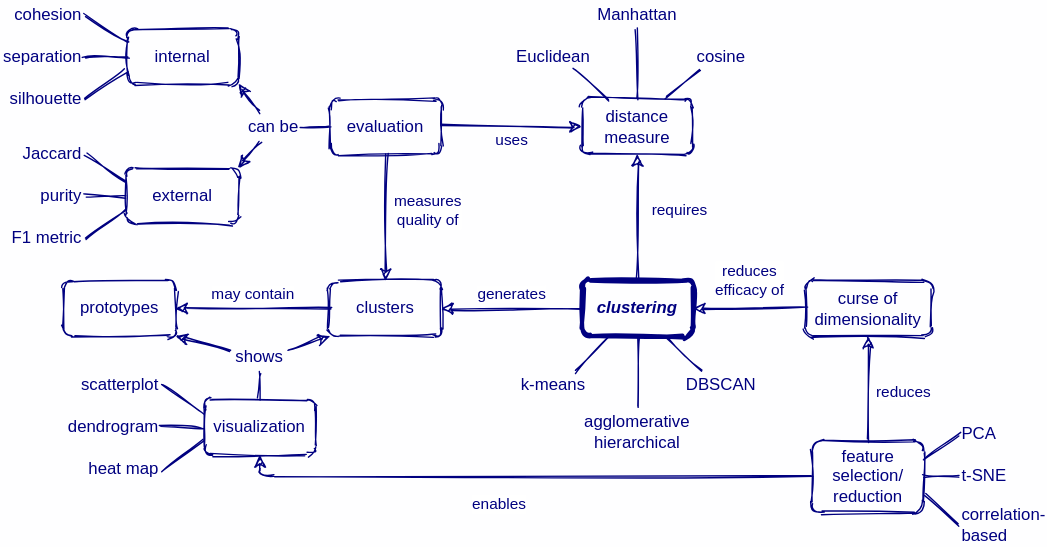
Above: es/clustering.svg in rstudio/concept-maps (draw.io), before the change. Source tidied: cells renumbered, new cells last; positions are measured from the earlier drawing's top-left corner, leaving out a move shared by most shapes.
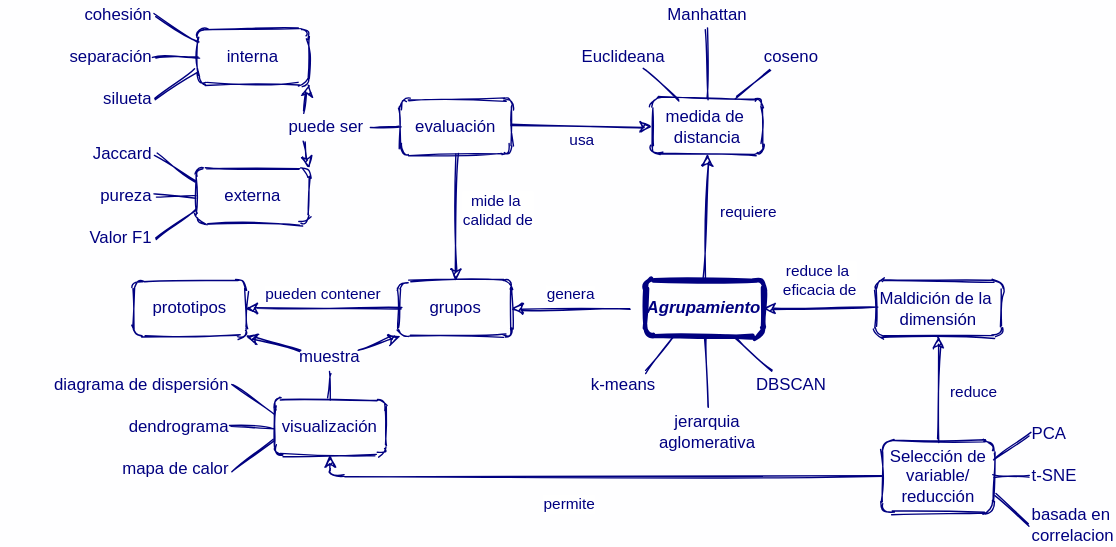
After the change.

Commit message:
Traducción al español clustering.svg

The edit, as a diff of the source:
```diff
@@ -2,46 +2,46 @@
   <root>
     <mxCell id="0" />
     <mxCell id="1" parent="0" />
-    <mxCell id="2" value="cohesion" style="text;html=1;fillColor=none;align=right;verticalAlign=middle;whiteSpace=wrap;rounded=0;fontSize=12;fontFamily=Helvetica;labelBackgroundColor=none;fontColor=#000080;sketch=1;" parent="1" vertex="1">
+    <mxCell id="2" value="cohesión" style="text;html=1;fillColor=none;align=right;verticalAlign=middle;whiteSpace=wrap;rounded=0;fontSize=12;fontFamily=Helvetica;labelBackgroundColor=none;fontColor=#000080;sketch=1;" parent="1" vertex="1">
       <mxGeometry width="60" height="20" as="geometry" />
     </mxCell>
-    <mxCell id="3" value="&lt;i&gt;&lt;b&gt;clustering&lt;/b&gt;&lt;/i&gt;" style="rounded=1;whiteSpace=wrap;html=1;fontSize=12;fontFamily=Helvetica;fillColor=none;labelBackgroundColor=none;strokeColor=#000080;fontColor=#000080;sketch=1;strokeWidth=3;" parent="1" vertex="1">
-      <mxGeometry x="415" y="200" width="80" height="40" as="geometry" />
+    <mxCell id="3" value="&lt;i&gt;&lt;b&gt;Agrupamiento&lt;/b&gt;&lt;/i&gt;" style="rounded=1;whiteSpace=wrap;html=1;fontSize=12;fontFamily=Helvetica;fillColor=none;labelBackgroundColor=none;strokeColor=#000080;fontColor=#000080;sketch=1;strokeWidth=3;" parent="1" vertex="1">
+      <mxGeometry x="410" y="200" width="85" height="40" as="geometry" />
     </mxCell>
-    <mxCell id="4" value="clusters" style="rounded=1;whiteSpace=wrap;html=1;fontSize=12;fontFamily=Helvetica;fillColor=none;labelBackgroundColor=none;strokeColor=#000080;fontColor=#000080;sketch=1;" parent="1" vertex="1">
+    <mxCell id="4" value="grupos" style="rounded=1;whiteSpace=wrap;html=1;fontSize=12;fontFamily=Helvetica;fillColor=none;labelBackgroundColor=none;strokeColor=#000080;fontColor=#000080;sketch=1;" parent="1" vertex="1">
       <mxGeometry x="235" y="200" width="80" height="40" as="geometry" />
     </mxCell>
-    <mxCell id="5" value="curse of&lt;br&gt;dimensionality" style="rounded=1;whiteSpace=wrap;html=1;fontSize=12;fontFamily=Helvetica;fillColor=none;labelBackgroundColor=none;strokeColor=#000080;fontColor=#000080;sketch=1;" parent="1" vertex="1">
+    <mxCell id="5" value="Maldición de la&amp;nbsp;&lt;br&gt;dimensión" style="rounded=1;whiteSpace=wrap;html=1;fontSize=12;fontFamily=Helvetica;fillColor=none;labelBackgroundColor=none;strokeColor=#000080;fontColor=#000080;sketch=1;" parent="1" vertex="1">
       <mxGeometry x="575" y="200" width="90" height="40" as="geometry" />
     </mxCell>
-    <mxCell id="6" value="feature&lt;br&gt;selection/&lt;br&gt;reduction" style="rounded=1;whiteSpace=wrap;html=1;fontSize=12;fontFamily=Helvetica;fillColor=none;labelBackgroundColor=none;strokeColor=#000080;fontColor=#000080;sketch=1;" parent="1" vertex="1">
+    <mxCell id="6" value="Selección de variable/&lt;br&gt;reducción" style="rounded=1;whiteSpace=wrap;html=1;fontSize=12;fontFamily=Helvetica;fillColor=none;labelBackgroundColor=none;strokeColor=#000080;fontColor=#000080;sketch=1;" parent="1" vertex="1">
       <mxGeometry x="580" y="315" width="80" height="50.5" as="geometry" />
     </mxCell>
-    <mxCell id="7" value="distance&lt;br&gt;measure" style="rounded=1;whiteSpace=wrap;html=1;fontSize=12;fontFamily=Helvetica;fillColor=none;labelBackgroundColor=none;strokeColor=#000080;fontColor=#000080;sketch=1;" parent="1" vertex="1">
+    <mxCell id="7" value="medida de&amp;nbsp;&lt;br&gt;distancia" style="rounded=1;whiteSpace=wrap;html=1;fontSize=12;fontFamily=Helvetica;fillColor=none;labelBackgroundColor=none;strokeColor=#000080;fontColor=#000080;sketch=1;" parent="1" vertex="1">
       <mxGeometry x="415" y="70" width="80" height="40" as="geometry" />
     </mxCell>
-    <mxCell id="8" value="evaluation" style="rounded=1;whiteSpace=wrap;html=1;fontSize=12;fontFamily=Helvetica;fillColor=none;labelBackgroundColor=none;strokeColor=#000080;fontColor=#000080;sketch=1;" parent="1" vertex="1">
+    <mxCell id="8" value="evaluación" style="rounded=1;whiteSpace=wrap;html=1;fontSize=12;fontFamily=Helvetica;fillColor=none;labelBackgroundColor=none;strokeColor=#000080;fontColor=#000080;sketch=1;" parent="1" vertex="1">
       <mxGeometry x="235" y="70" width="80" height="40" as="geometry" />
     </mxCell>
-    <mxCell id="9" value="internal" style="rounded=1;whiteSpace=wrap;html=1;fontSize=12;fontFamily=Helvetica;fillColor=none;labelBackgroundColor=none;strokeColor=#000080;fontColor=#000080;sketch=1;" parent="1" vertex="1">
+    <mxCell id="9" value="interna" style="rounded=1;whiteSpace=wrap;html=1;fontSize=12;fontFamily=Helvetica;fillColor=none;labelBackgroundColor=none;strokeColor=#000080;fontColor=#000080;sketch=1;" parent="1" vertex="1">
       <mxGeometry x="90" y="20" width="80" height="40" as="geometry" />
     </mxCell>
-    <mxCell id="10" value="external" style="rounded=1;whiteSpace=wrap;html=1;fontSize=12;fontFamily=Helvetica;fillColor=none;labelBackgroundColor=none;strokeColor=#000080;fontColor=#000080;sketch=1;" parent="1" vertex="1">
+    <mxCell id="10" value="externa" style="rounded=1;whiteSpace=wrap;html=1;fontSize=12;fontFamily=Helvetica;fillColor=none;labelBackgroundColor=none;strokeColor=#000080;fontColor=#000080;sketch=1;" parent="1" vertex="1">
       <mxGeometry x="90" y="119.5" width="80" height="40" as="geometry" />
     </mxCell>
-    <mxCell id="11" value="separation" style="text;html=1;fillColor=none;align=right;verticalAlign=middle;whiteSpace=wrap;rounded=0;fontSize=12;fontFamily=Helvetica;labelBackgroundColor=none;fontColor=#000080;sketch=1;" parent="1" vertex="1">
+    <mxCell id="11" value="separación" style="text;html=1;fillColor=none;align=right;verticalAlign=middle;whiteSpace=wrap;rounded=0;fontSize=12;fontFamily=Helvetica;labelBackgroundColor=none;fontColor=#000080;sketch=1;" parent="1" vertex="1">
       <mxGeometry y="30" width="60" height="20" as="geometry" />
     </mxCell>
-    <mxCell id="12" value="silhouette" style="text;html=1;fillColor=none;align=right;verticalAlign=middle;whiteSpace=wrap;rounded=0;fontSize=12;fontFamily=Helvetica;labelBackgroundColor=none;fontColor=#000080;sketch=1;" parent="1" vertex="1">
+    <mxCell id="12" value="silueta" style="text;html=1;fillColor=none;align=right;verticalAlign=middle;whiteSpace=wrap;rounded=0;fontSize=12;fontFamily=Helvetica;labelBackgroundColor=none;fontColor=#000080;sketch=1;" parent="1" vertex="1">
       <mxGeometry y="60" width="60" height="20" as="geometry" />
     </mxCell>
     <mxCell id="13" value="Jaccard" style="text;html=1;fillColor=none;align=right;verticalAlign=middle;whiteSpace=wrap;rounded=0;fontSize=12;fontFamily=Helvetica;labelBackgroundColor=none;fontColor=#000080;sketch=1;" parent="1" vertex="1">
       <mxGeometry y="100" width="60" height="20" as="geometry" />
     </mxCell>
-    <mxCell id="14" value="purity" style="text;html=1;fillColor=none;align=right;verticalAlign=middle;whiteSpace=wrap;rounded=0;fontSize=12;fontFamily=Helvetica;labelBackgroundColor=none;fontColor=#000080;sketch=1;" parent="1" vertex="1">
+    <mxCell id="14" value="pureza" style="text;html=1;fillColor=none;align=right;verticalAlign=middle;whiteSpace=wrap;rounded=0;fontSize=12;fontFamily=Helvetica;labelBackgroundColor=none;fontColor=#000080;sketch=1;" parent="1" vertex="1">
       <mxGeometry y="130" width="60" height="20" as="geometry" />
     </mxCell>
-    <mxCell id="15" value="F1 metric" style="text;html=1;fillColor=none;align=right;verticalAlign=middle;whiteSpace=wrap;rounded=0;fontSize=12;fontFamily=Helvetica;labelBackgroundColor=none;fontColor=#000080;sketch=1;" parent="1" vertex="1">
+    <mxCell id="15" value="Valor F1" style="text;html=1;fillColor=none;align=right;verticalAlign=middle;whiteSpace=wrap;rounded=0;fontSize=12;fontFamily=Helvetica;labelBackgroundColor=none;fontColor=#000080;sketch=1;" parent="1" vertex="1">
       <mxGeometry y="159.5" width="60" height="20" as="geometry" />
     </mxCell>
     <mxCell id="16" style="endArrow=none;html=1;exitX=1;exitY=0.5;exitDx=0;exitDy=0;entryX=0;entryY=0.25;entryDx=0;entryDy=0;fontColor=#000080;strokeColor=#000080;sketch=1;" parent="1" edge="1" source="2" target="9">
@@ -62,17 +62,17 @@
     <mxCell id="21" style="endArrow=none;html=1;exitX=1;exitY=0.5;exitDx=0;exitDy=0;entryX=0;entryY=0.75;entryDx=0;entryDy=0;fontColor=#000080;strokeColor=#000080;sketch=1;" parent="1" edge="1" source="15" target="10">
       <mxGeometry relative="1" as="geometry" />
     </mxCell>
-    <mxCell id="22" value="visualization" style="rounded=1;whiteSpace=wrap;html=1;fontSize=12;fontFamily=Helvetica;fillColor=none;labelBackgroundColor=none;strokeColor=#000080;fontColor=#000080;sketch=1;" parent="1" vertex="1">
+    <mxCell id="22" value="visualización" style="rounded=1;whiteSpace=wrap;html=1;fontSize=12;fontFamily=Helvetica;fillColor=none;labelBackgroundColor=none;strokeColor=#000080;fontColor=#000080;sketch=1;" parent="1" vertex="1">
       <mxGeometry x="145" y="285" width="80" height="40" as="geometry" />
     </mxCell>
-    <mxCell id="23" value="scatterplot" style="text;html=1;fillColor=none;align=right;verticalAlign=middle;whiteSpace=wrap;rounded=0;fontSize=12;fontFamily=Helvetica;labelBackgroundColor=none;fontColor=#000080;sketch=1;" parent="1" vertex="1">
-      <mxGeometry x="55" y="265" width="60" height="20" as="geometry" />
+    <mxCell id="23" value="diagrama de dispersión" style="text;html=1;fillColor=none;align=right;verticalAlign=middle;whiteSpace=wrap;rounded=0;fontSize=12;fontFamily=Helvetica;labelBackgroundColor=none;fontColor=#000080;sketch=1;" parent="1" vertex="1">
+      <mxGeometry x="-50" y="265" width="165" height="20" as="geometry" />
     </mxCell>
-    <mxCell id="24" value="dendrogram" style="text;html=1;fillColor=none;align=right;verticalAlign=middle;whiteSpace=wrap;rounded=0;fontSize=12;fontFamily=Helvetica;labelBackgroundColor=none;fontColor=#000080;sketch=1;" parent="1" vertex="1">
+    <mxCell id="24" value="dendrograma" style="text;html=1;fillColor=none;align=right;verticalAlign=middle;whiteSpace=wrap;rounded=0;fontSize=12;fontFamily=Helvetica;labelBackgroundColor=none;fontColor=#000080;sketch=1;" parent="1" vertex="1">
       <mxGeometry x="55" y="295" width="60" height="20" as="geometry" />
     </mxCell>
-    <mxCell id="25" value="heat map" style="text;html=1;fillColor=none;align=right;verticalAlign=middle;whiteSpace=wrap;rounded=0;fontSize=12;fontFamily=Helvetica;labelBackgroundColor=none;fontColor=#000080;sketch=1;" parent="1" vertex="1">
-      <mxGeometry x="55" y="325" width="60" height="20" as="geometry" />
+    <mxCell id="25" value="mapa de calor" style="text;html=1;fillColor=none;align=right;verticalAlign=middle;whiteSpace=wrap;rounded=0;fontSize=12;fontFamily=Helvetica;labelBackgroundColor=none;fontColor=#000080;sketch=1;" parent="1" vertex="1">
+      <mxGeometry y="325" width="115" height="20" as="geometry" />
     </mxCell>
     <mxCell id="26" style="endArrow=none;html=1;exitX=1;exitY=0.5;exitDx=0;exitDy=0;entryX=0;entryY=0.25;entryDx=0;entryDy=0;fontColor=#000080;strokeColor=#000080;sketch=1;" parent="1" edge="1" source="23" target="22">
       <mxGeometry relative="1" as="geometry" />
@@ -83,22 +83,24 @@
     <mxCell id="28" style="endArrow=none;html=1;exitX=1;exitY=0.5;exitDx=0;exitDy=0;entryX=0;entryY=0.75;entryDx=0;entryDy=0;fontColor=#000080;strokeColor=#000080;sketch=1;" parent="1" edge="1" source="25" target="22">
       <mxGeometry relative="1" as="geometry" />
     </mxCell>
-    <mxCell id="29" value="prototypes" style="rounded=1;whiteSpace=wrap;html=1;fontSize=12;fontFamily=Helvetica;fillColor=none;labelBackgroundColor=none;strokeColor=#000080;fontColor=#000080;sketch=1;" parent="1" vertex="1">
+    <mxCell id="29" value="prototipos" style="rounded=1;whiteSpace=wrap;html=1;fontSize=12;fontFamily=Helvetica;fillColor=none;labelBackgroundColor=none;strokeColor=#000080;fontColor=#000080;sketch=1;" parent="1" vertex="1">
       <mxGeometry x="45" y="200" width="80" height="40" as="geometry" />
     </mxCell>
-    <mxCell id="30" value="generates" style="endArrow=classic;html=1;strokeColor=#000080;fontColor=#000080;exitX=0;exitY=0.5;exitDx=0;exitDy=0;entryX=1;entryY=0.5;entryDx=0;entryDy=0;sketch=1;" parent="1" edge="1" source="3" target="4">
-      <mxGeometry y="-10" relative="1" as="geometry" />
+    <mxCell id="30" value="genera" style="endArrow=classic;html=1;strokeColor=#000080;fontColor=#000080;entryX=1;entryY=0.5;entryDx=0;entryDy=0;sketch=1;" parent="1" edge="1" target="4">
+      <mxGeometry y="-10" relative="1" as="geometry">
+        <mxPoint x="400" y="220" as="sourcePoint" />
+      </mxGeometry>
     </mxCell>
-    <mxCell id="31" value="requires" style="endArrow=classic;html=1;strokeColor=#000080;fontColor=#000080;exitX=0.5;exitY=0;exitDx=0;exitDy=0;entryX=0.5;entryY=1;entryDx=0;entryDy=0;sketch=1;" parent="1" edge="1" source="3" target="7">
+    <mxCell id="31" value="requiere" style="endArrow=classic;html=1;strokeColor=#000080;fontColor=#000080;exitX=0.5;exitY=0;exitDx=0;exitDy=0;entryX=0.5;entryY=1;entryDx=0;entryDy=0;sketch=1;" parent="1" edge="1" source="3" target="7">
       <mxGeometry x="0.11" y="-30" relative="1" as="geometry" />
     </mxCell>
-    <mxCell id="32" value="Euclidean" style="text;html=1;fillColor=none;align=center;verticalAlign=middle;whiteSpace=wrap;rounded=0;fontSize=12;fontFamily=Helvetica;labelBackgroundColor=none;fontColor=#000080;sketch=1;" parent="1" vertex="1">
+    <mxCell id="32" value="Euclideana" style="text;html=1;fillColor=none;align=center;verticalAlign=middle;whiteSpace=wrap;rounded=0;fontSize=12;fontFamily=Helvetica;labelBackgroundColor=none;fontColor=#000080;sketch=1;" parent="1" vertex="1">
       <mxGeometry x="365" y="30" width="60" height="20" as="geometry" />
     </mxCell>
     <mxCell id="33" value="Manhattan" style="text;html=1;fillColor=none;align=center;verticalAlign=middle;whiteSpace=wrap;rounded=0;fontSize=12;fontFamily=Helvetica;labelBackgroundColor=none;fontColor=#000080;sketch=1;" parent="1" vertex="1">
       <mxGeometry x="425" width="60" height="20" as="geometry" />
     </mxCell>
-    <mxCell id="34" value="cosine" style="text;html=1;fillColor=none;align=center;verticalAlign=middle;whiteSpace=wrap;rounded=0;fontSize=12;fontFamily=Helvetica;labelBackgroundColor=none;fontColor=#000080;sketch=1;" parent="1" vertex="1">
+    <mxCell id="34" value="coseno" style="text;html=1;fillColor=none;align=center;verticalAlign=middle;whiteSpace=wrap;rounded=0;fontSize=12;fontFamily=Helvetica;labelBackgroundColor=none;fontColor=#000080;sketch=1;" parent="1" vertex="1">
       <mxGeometry x="485" y="30" width="60" height="20" as="geometry" />
     </mxCell>
     <mxCell id="35" style="endArrow=none;html=1;exitX=0.75;exitY=1;exitDx=0;exitDy=0;entryX=0.25;entryY=0;entryDx=0;entryDy=0;fontColor=#000080;strokeColor=#000080;sketch=1;" parent="1" edge="1" source="32" target="7">
@@ -110,16 +112,16 @@
     <mxCell id="37" style="endArrow=none;html=1;exitX=0.25;exitY=1;exitDx=0;exitDy=0;entryX=0.75;entryY=0;entryDx=0;entryDy=0;fontColor=#000080;strokeColor=#000080;sketch=1;" parent="1" edge="1" source="34" target="7">
       <mxGeometry relative="1" as="geometry" />
     </mxCell>
-    <mxCell id="38" value="reduces&lt;br&gt;efficacy of" style="endArrow=classic;html=1;strokeColor=#000080;fontColor=#000080;exitX=0;exitY=0.5;exitDx=0;exitDy=0;entryX=1;entryY=0.5;entryDx=0;entryDy=0;sketch=1;" parent="1" edge="1" source="5" target="3">
+    <mxCell id="38" value="reduce la&amp;nbsp;&lt;br&gt;eficacia de" style="endArrow=classic;html=1;strokeColor=#000080;fontColor=#000080;exitX=0;exitY=0.5;exitDx=0;exitDy=0;entryX=1;entryY=0.5;entryDx=0;entryDy=0;sketch=1;" parent="1" edge="1" source="5" target="3">
       <mxGeometry y="-20" relative="1" as="geometry" />
     </mxCell>
-    <mxCell id="39" value="reduces" style="endArrow=classic;html=1;strokeColor=#000080;fontColor=#000080;exitX=0.5;exitY=0;exitDx=0;exitDy=0;entryX=0.5;entryY=1;entryDx=0;entryDy=0;sketch=1;" parent="1" edge="1" source="6" target="5">
+    <mxCell id="39" value="reduce" style="endArrow=classic;html=1;strokeColor=#000080;fontColor=#000080;exitX=0.5;exitY=0;exitDx=0;exitDy=0;entryX=0.5;entryY=1;entryDx=0;entryDy=0;sketch=1;" parent="1" edge="1" source="6" target="5">
       <mxGeometry x="-0.07" y="-25" relative="1" as="geometry" />
     </mxCell>
     <mxCell id="40" value="k-means" style="text;html=1;fillColor=none;align=center;verticalAlign=middle;whiteSpace=wrap;rounded=0;fontSize=12;fontFamily=Helvetica;labelBackgroundColor=none;fontColor=#000080;sketch=1;" parent="1" vertex="1">
       <mxGeometry x="365" y="265" width="60" height="20" as="geometry" />
     </mxCell>
-    <mxCell id="41" value="agglomerative&lt;br&gt;hierarchical" style="text;html=1;fillColor=none;align=center;verticalAlign=middle;whiteSpace=wrap;rounded=0;fontSize=12;fontFamily=Helvetica;labelBackgroundColor=none;fontColor=#000080;sketch=1;" parent="1" vertex="1">
+    <mxCell id="41" value="jerarquia aglomerativa" style="text;html=1;fillColor=none;align=center;verticalAlign=middle;whiteSpace=wrap;rounded=0;fontSize=12;fontFamily=Helvetica;labelBackgroundColor=none;fontColor=#000080;sketch=1;" parent="1" vertex="1">
       <mxGeometry x="415" y="290" width="80" height="35" as="geometry" />
     </mxCell>
     <mxCell id="42" value="DBSCAN" style="text;html=1;fillColor=none;align=center;verticalAlign=middle;whiteSpace=wrap;rounded=0;fontSize=12;fontFamily=Helvetica;labelBackgroundColor=none;fontColor=#000080;sketch=1;" parent="1" vertex="1">
@@ -134,7 +136,7 @@
     <mxCell id="45" style="endArrow=none;html=1;exitX=0.75;exitY=1;exitDx=0;exitDy=0;entryX=0.25;entryY=0;entryDx=0;entryDy=0;fontColor=#000080;strokeColor=#000080;sketch=1;" parent="1" edge="1" source="3" target="42">
       <mxGeometry relative="1" as="geometry" />
     </mxCell>
-    <mxCell id="46" value="enables" style="endArrow=classic;html=1;strokeColor=#000080;fontColor=#000080;exitX=0;exitY=0.5;exitDx=0;exitDy=0;entryX=0.5;entryY=1;entryDx=0;entryDy=0;sketch=1;" parent="1" edge="1" source="6" target="22">
+    <mxCell id="46" value="permite" style="endArrow=classic;html=1;strokeColor=#000080;fontColor=#000080;exitX=0;exitY=0.5;exitDx=0;exitDy=0;entryX=0.5;entryY=1;entryDx=0;entryDy=0;sketch=1;" parent="1" edge="1" source="6" target="22">
       <mxGeometry x="0.09" y="20" relative="1" as="geometry">
         <Array as="points">
           <mxPoint x="185" y="340" />
@@ -147,7 +149,7 @@
     <mxCell id="48" value="t-SNE" style="text;html=1;fillColor=none;align=left;verticalAlign=middle;whiteSpace=wrap;rounded=0;fontSize=12;fontFamily=Helvetica;labelBackgroundColor=none;fontColor=#000080;sketch=1;" parent="1" vertex="1">
       <mxGeometry x="685" y="330.2" width="60" height="20" as="geometry" />
     </mxCell>
-    <mxCell id="49" value="correlation-based" style="text;html=1;fillColor=none;align=left;verticalAlign=middle;whiteSpace=wrap;rounded=0;fontSize=12;fontFamily=Helvetica;labelBackgroundColor=none;fontColor=#000080;sketch=1;" parent="1" vertex="1">
+    <mxCell id="49" value="basada en correlacion" style="text;html=1;fillColor=none;align=left;verticalAlign=middle;whiteSpace=wrap;rounded=0;fontSize=12;fontFamily=Helvetica;labelBackgroundColor=none;fontColor=#000080;sketch=1;" parent="1" vertex="1">
       <mxGeometry x="685" y="360.2" width="60" height="29.8" as="geometry" />
     </mxCell>
     <mxCell id="50" style="endArrow=none;html=1;exitX=1;exitY=0.75;exitDx=0;exitDy=0;entryX=0;entryY=0.5;entryDx=0;entryDy=0;fontColor=#000080;strokeColor=#000080;sketch=1;" parent="1" edge="1" source="6" target="49">
@@ -159,10 +161,10 @@
     <mxCell id="52" style="endArrow=none;html=1;exitX=1;exitY=0.25;exitDx=0;exitDy=0;entryX=0;entryY=0.5;entryDx=0;entryDy=0;fontColor=#000080;strokeColor=#000080;sketch=1;" parent="1" edge="1" source="6" target="47">
       <mxGeometry relative="1" as="geometry" />
     </mxCell>
-    <mxCell id="53" value="may contain" style="endArrow=classic;html=1;strokeColor=#000080;fontColor=#000080;exitX=0;exitY=0.5;exitDx=0;exitDy=0;entryX=1;entryY=0.5;entryDx=0;entryDy=0;sketch=1;" parent="1" edge="1" source="4" target="29">
+    <mxCell id="53" value="pueden contener" style="endArrow=classic;html=1;strokeColor=#000080;fontColor=#000080;exitX=0;exitY=0.5;exitDx=0;exitDy=0;entryX=1;entryY=0.5;entryDx=0;entryDy=0;sketch=1;" parent="1" edge="1" source="4" target="29">
       <mxGeometry y="-10" relative="1" as="geometry" />
     </mxCell>
-    <mxCell id="54" value="shows" style="text;html=1;strokeColor=none;fillColor=none;align=center;verticalAlign=middle;whiteSpace=wrap;rounded=0;sketch=1;fontColor=#000080;" parent="1" vertex="1">
+    <mxCell id="54" value="muestra" style="text;html=1;strokeColor=none;fillColor=none;align=center;verticalAlign=middle;whiteSpace=wrap;rounded=0;sketch=1;fontColor=#000080;" parent="1" vertex="1">
       <mxGeometry x="165" y="245" width="40" height="20" as="geometry" />
     </mxCell>
     <mxCell id="55" style="endArrow=none;html=1;exitX=0.5;exitY=1;exitDx=0;exitDy=0;entryX=0.5;entryY=0;entryDx=0;entryDy=0;fontColor=#000080;strokeColor=#000080;sketch=1;" parent="1" edge="1" source="54" target="22">
@@ -174,14 +176,14 @@
     <mxCell id="57" style="endArrow=classic;html=1;strokeColor=#000080;fontColor=#000080;entryX=0;entryY=1;entryDx=0;entryDy=0;sketch=1;exitX=1;exitY=0.25;exitDx=0;exitDy=0;" parent="1" edge="1" source="54" target="4">
       <mxGeometry y="-10" relative="1" as="geometry" />
     </mxCell>
-    <mxCell id="58" value="measures&lt;br&gt;quality of" style="endArrow=classic;html=1;strokeColor=#000080;fontColor=#000080;entryX=0.5;entryY=0;entryDx=0;entryDy=0;sketch=1;exitX=0.5;exitY=1;exitDx=0;exitDy=0;" parent="1" edge="1" source="8" target="4">
+    <mxCell id="58" value="mide la&amp;nbsp;&lt;br&gt;calidad de" style="endArrow=classic;html=1;strokeColor=#000080;fontColor=#000080;entryX=0.5;entryY=0;entryDx=0;entryDy=0;sketch=1;exitX=0.5;exitY=1;exitDx=0;exitDy=0;" parent="1" edge="1" source="8" target="4">
       <mxGeometry x="-0.11" y="30" relative="1" as="geometry" />
     </mxCell>
-    <mxCell id="59" value="uses" style="endArrow=classic;html=1;strokeColor=#000080;fontColor=#000080;exitX=1;exitY=0.5;exitDx=0;exitDy=0;entryX=0;entryY=0.5;entryDx=0;entryDy=0;sketch=1;" parent="1" edge="1" source="8" target="7">
+    <mxCell id="59" value="usa" style="endArrow=classic;html=1;strokeColor=#000080;fontColor=#000080;exitX=1;exitY=0.5;exitDx=0;exitDy=0;entryX=0;entryY=0.5;entryDx=0;entryDy=0;sketch=1;" parent="1" edge="1" source="8" target="7">
       <mxGeometry y="-10" relative="1" as="geometry" />
     </mxCell>
-    <mxCell id="60" value="can be" style="text;html=1;strokeColor=none;fillColor=none;align=center;verticalAlign=middle;whiteSpace=wrap;rounded=0;sketch=1;fontColor=#000080;" parent="1" vertex="1">
-      <mxGeometry x="175" y="80" width="40" height="20" as="geometry" />
+    <mxCell id="60" value="puede ser" style="text;html=1;strokeColor=none;fillColor=none;align=center;verticalAlign=middle;whiteSpace=wrap;rounded=0;sketch=1;fontColor=#000080;" parent="1" vertex="1">
+      <mxGeometry x="150" y="80" width="65" height="20" as="geometry" />
     </mxCell>
     <mxCell id="61" style="endArrow=none;html=1;exitX=1;exitY=0.5;exitDx=0;exitDy=0;entryX=0;entryY=0.5;entryDx=0;entryDy=0;fontColor=#000080;strokeColor=#000080;sketch=1;" parent="1" edge="1" source="60" target="8">
       <mxGeometry relative="1" as="geometry" />
```
